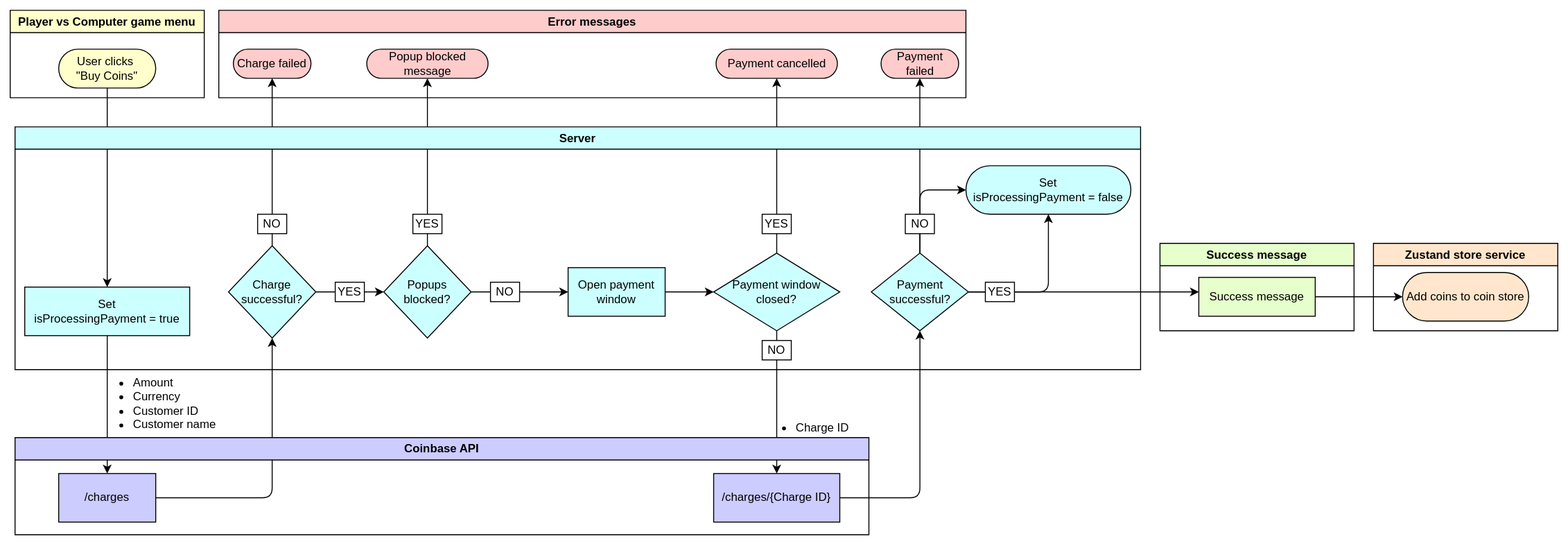
Above: docs/images/payment-flow.drawio.svg in Rakshitg600/Notakto-website (draw.io), before the change. Source tidied: cells renumbered, new cells last; positions are measured from the earlier drawing's top-left corner, leaving out a move shared by most shapes.
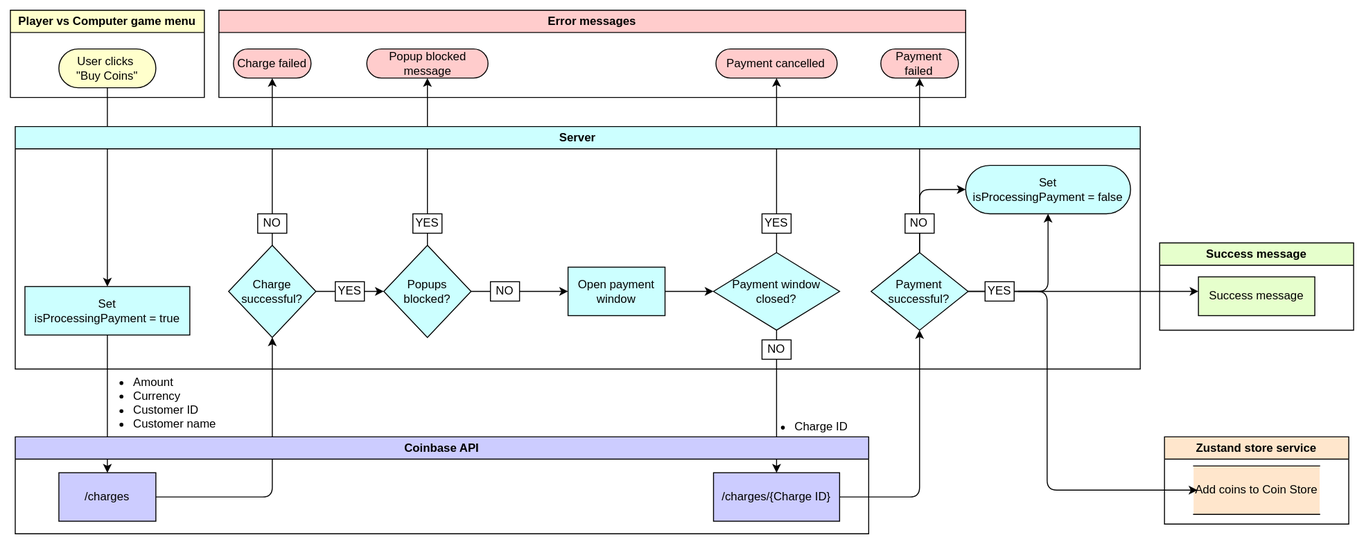
Later version of the same file.

Diff of the diagram source:
```diff
@@ -152,13 +152,20 @@
       <mxGeometry x="980" y="40" width="170" height="50" as="geometry" />
     </mxCell>
     <mxCell id="47" value="Zustand store service" style="swimlane;whiteSpace=wrap;html=1;fillColor=#FFE6CC;" parent="1" vertex="1">
-      <mxGeometry x="1405" y="240" width="190" height="90" as="geometry" />
+      <mxGeometry x="1190" y="440" width="190" height="90" as="geometry" />
     </mxCell>
-    <mxCell id="48" value="Add coins to coin store" style="html=1;dashed=0;whiteSpace=wrap;fillColor=#FFE6CC;shape=mxgraph.dfd.start;right=0;left=0;" parent="47" vertex="1">
+    <mxCell id="48" value="Add coins to Coin Store" style="html=1;dashed=0;whiteSpace=wrap;fillColor=#FFE6CC;shape=partialRectangle;right=0;left=0;" parent="47" vertex="1">
       <mxGeometry x="30" y="30" width="130" height="50" as="geometry" />
     </mxCell>
-    <mxCell id="49" style="edgeStyle=orthogonalEdgeStyle;rounded=0;jettySize=auto;html=1;" parent="1" edge="1" source="26" target="48">
-      <mxGeometry relative="1" as="geometry" />
-    </mxCell>
+    <mxCell id="50" style="edgeStyle=orthogonalEdgeStyle;rounded=1;orthogonalLoop=1;jettySize=auto;html=1;curved=0;" parent="1" edge="1">
+      <mxGeometry relative="1" as="geometry">
+        <mxPoint x="1039" y="290" as="sourcePoint" />
+        <mxPoint x="1224" y="494.9" as="targetPoint" />
+        <Array as="points">
+          <mxPoint x="1069" y="290" />
+          <mxPoint x="1069" y="495" />
+        </Array>
+      </mxGeometry>
+    </mxCell>
   </root>
 </mxGraphModel>
```
